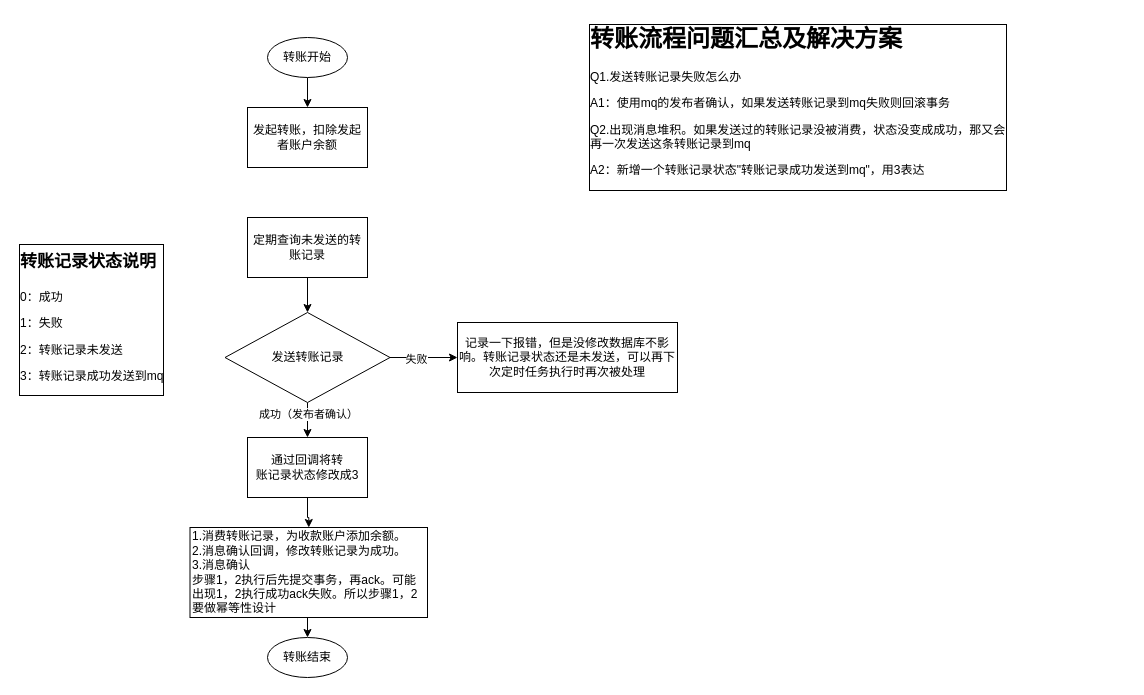
Before: transfer.drawio in liepig1223/drawio, a draw.io diagram. Source tidied: cells renumbered, new cells numbered last; positions are measured from the earlier drawing's top-left corner, leaving out a move shared by most shapes. Both pictures are drawn from the tidied source at 100%, with x=0, y=0 at pixel (17, 17).
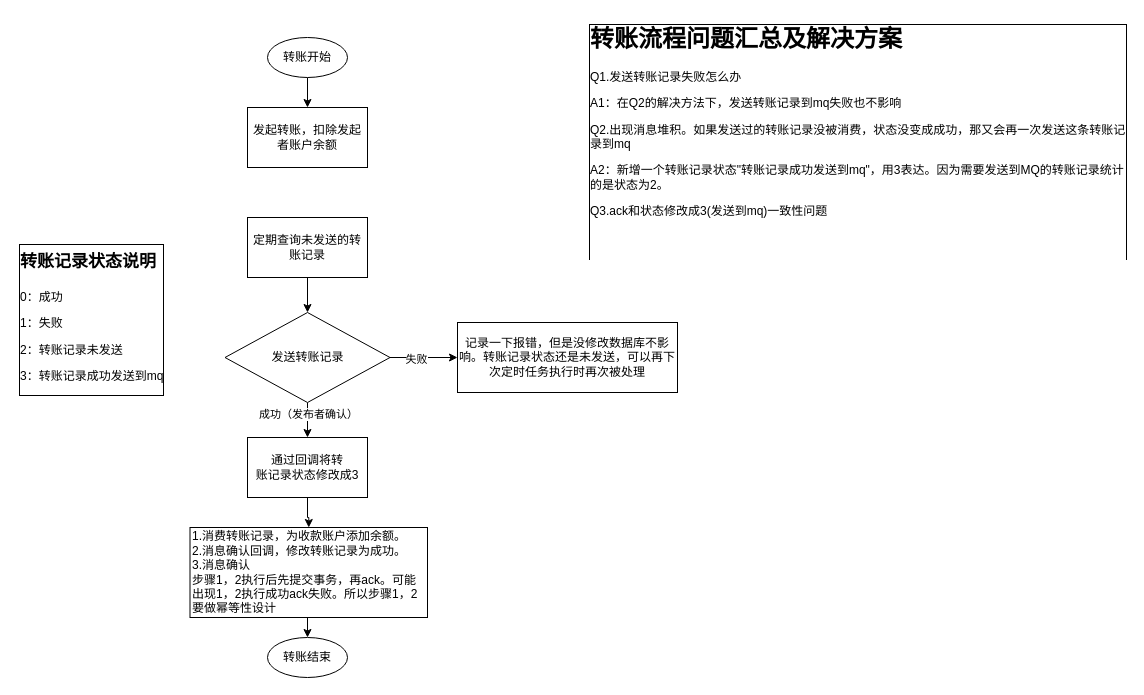
The same page after the edit.

Diff of the diagram source:
```diff
@@
-    <mxCell id="16" value="&lt;h1 style=&quot;margin-top: 0px;&quot;&gt;转账流程问题汇总及解决方案&lt;br&gt;&lt;/h1&gt;&lt;p&gt;Q1.发送转账记录失败怎么办&lt;/p&gt;&lt;p&gt;A1：使用mq的发布者确认，如果发送转账记录到mq失败则回滚事务&lt;/p&gt;&lt;p&gt;Q2.出现消息堆积。如果发送过的转账记录没被消费，状态没变成成功，那又会再一次发送这条转账记录到mq&lt;/p&gt;&lt;p&gt;A2：新增一个转账记录状态&quot;转账记录成功发送到mq&quot;，用3表达&lt;br&gt;&lt;/p&gt;" style="text;html=1;whiteSpace=wrap;overflow=hidden;rounded=0;labelBorderColor=default;" parent="1" vertex="1">
-      <mxGeometry x="570" width="420" height="180" as="geometry" />
+    <mxCell id="16" value="&lt;h1 style=&quot;margin-top: 0px;&quot;&gt;转账流程问题汇总及解决方案&lt;br&gt;&lt;/h1&gt;&lt;p&gt;Q1.发送转账记录失败怎么办&lt;/p&gt;&lt;p&gt;A1：在Q2的解决方法下，发送转账记录到mq失败也不影响&lt;/p&gt;&lt;p&gt;Q2.出现消息堆积。如果发送过的转账记录没被消费，状态没变成成功，那又会再一次发送这条转账记录到mq&lt;/p&gt;&lt;p&gt;A2：新增一个转账记录状态&quot;转账记录成功发送到mq&quot;，用3表达。因为需要发送到MQ的转账记录统计的是状态为2。&lt;/p&gt;&lt;p&gt;Q3.ack和状态修改成3(发送到mq)一致性问题&lt;/p&gt;&lt;p&gt;&lt;br&gt;&lt;/p&gt;&lt;p&gt;&lt;br&gt;&lt;/p&gt;" style="text;html=1;whiteSpace=wrap;overflow=hidden;rounded=0;labelBorderColor=default;" parent="1" vertex="1">
+      <mxGeometry x="570" width="540" height="240" as="geometry" />
     </mxCell>
```
